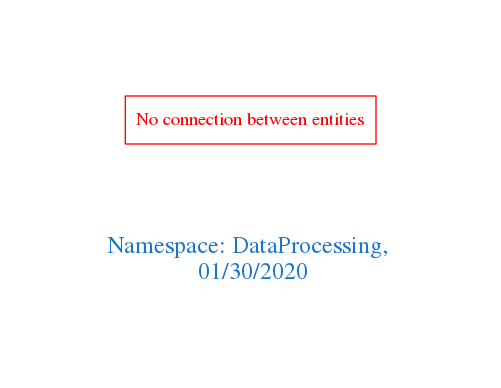
arago/OGIT keeps this Graphviz diagram as downloads/DataProcessing.png. Above is the earlier version. Its source is kept beside it as downloads/DataProcessing.dot.
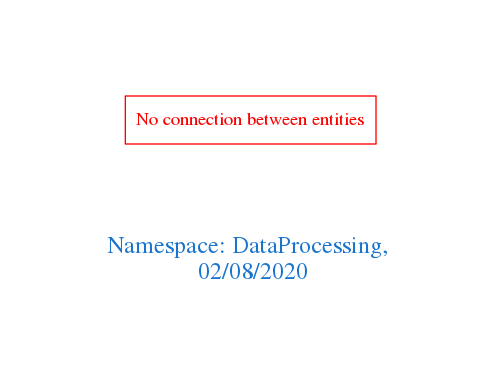
After the change.

The edit, as a diff of the source:
```diff
@@ -1,7 +1,7 @@
 digraph OGIT_ontology {
  graph [ rankdir= LR,pad=1
 fontsize = 18,
-fontcolor= dodgerblue3,label = "\n\n\nNamespace: DataProcessing, \n 01/30/2020"];
+fontcolor= dodgerblue3,label = "\n\n\nNamespace: DataProcessing, \n 02/08/2020"];
 node[shape=polygon];
 edge [  color="gray81"];
 
```
